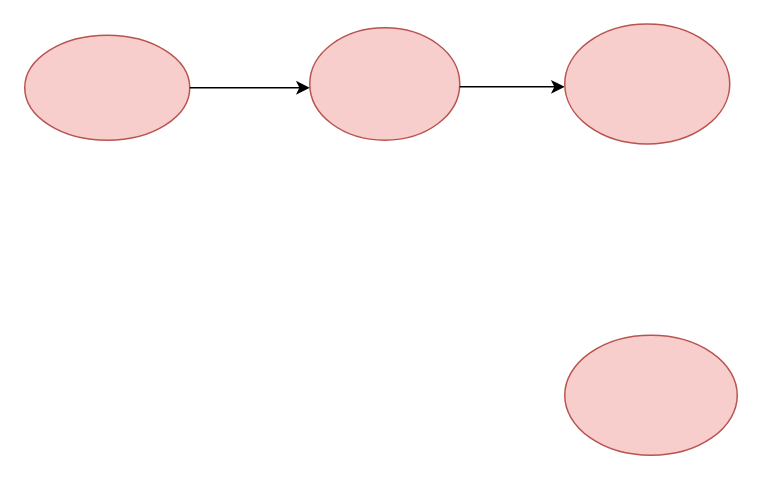
Before: FSM.drawio in skxsvc/FPGA, a draw.io diagram. Source tidied: cells renumbered, new cells numbered last; positions are measured from the earlier drawing's top-left corner, leaving out a move shared by most shapes. Both pictures are drawn from the tidied source at 150%, with x=0, y=0 at pixel (24, 22).
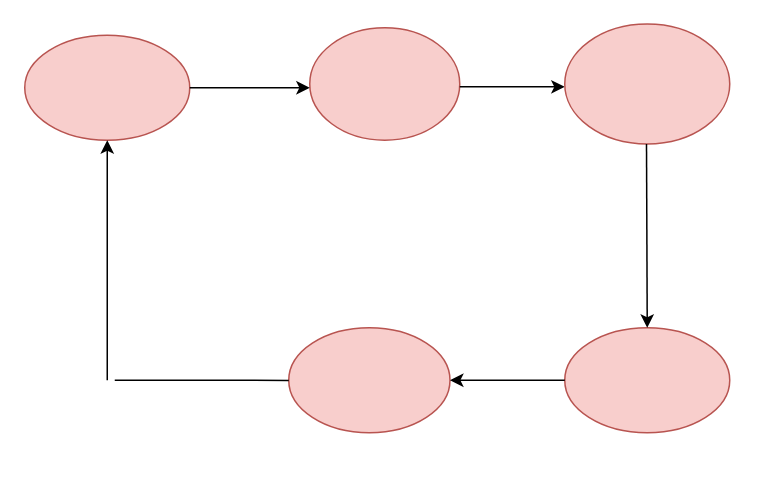
The same diagram, later.

What changed in the source:
```diff
@@
 <mxGraphModel>
   <root>
     <mxCell id="0" />
     <mxCell id="1" parent="0" />
     <mxCell id="2" style="ellipse;whiteSpace=wrap;html=1;fillColor=#f8cecc;strokeColor=#b85450;" parent="1" vertex="1">
       <mxGeometry y="8" width="110" height="70" as="geometry" />
     </mxCell>
     <mxCell id="3" style="ellipse;whiteSpace=wrap;html=1;fillColor=#f8cecc;strokeColor=#b85450;" parent="1" vertex="1">
       <mxGeometry x="190" y="3" width="100" height="75" as="geometry" />
     </mxCell>
     <mxCell id="4" style="endArrow=classic;html=1;rounded=0;exitX=1;exitY=0.5;exitDx=0;exitDy=0;" parent="1" edge="1" source="2">
       <mxGeometry relative="1" as="geometry">
         <mxPoint x="190" y="43" as="targetPoint" />
       </mxGeometry>
     </mxCell>
     <mxCell id="5" style="endArrow=classic;html=1;rounded=0;" parent="1" edge="1">
       <mxGeometry relative="1" as="geometry">
         <mxPoint x="290" y="42.4" as="sourcePoint" />
         <mxPoint x="360" y="42.4" as="targetPoint" />
       </mxGeometry>
     </mxCell>
     <mxCell id="6" style="ellipse;whiteSpace=wrap;html=1;fillColor=#f8cecc;strokeColor=#b85450;" parent="1" vertex="1">
       <mxGeometry x="360" y="0.5" width="110" height="80" as="geometry" />
     </mxCell>
     <mxCell id="7" style="ellipse;whiteSpace=wrap;html=1;fillColor=#f8cecc;strokeColor=#b85450;" parent="1" vertex="1">
-      <mxGeometry x="360" y="208" width="115" height="80" as="geometry" />
+      <mxGeometry x="360" y="203" width="110" height="70" as="geometry" />
     </mxCell>
+    <mxCell id="8" style="endArrow=classic;html=1;rounded=0;entryX=0.5;entryY=0;entryDx=0;entryDy=0;" parent="1" edge="1" target="7">
+      <mxGeometry relative="1" as="geometry">
+        <mxPoint x="414.5" y="80.5" as="sourcePoint" />
+      </mxGeometry>
+    </mxCell>
+    <mxCell id="9" style="ellipse;whiteSpace=wrap;html=1;fillColor=#f8cecc;strokeColor=#b85450;" parent="1" vertex="1">
+      <mxGeometry x="176" y="203" width="107.5" height="70" as="geometry" />
+    </mxCell>
+    <mxCell id="10" style="endArrow=classic;html=1;rounded=0;entryX=1;entryY=0.5;entryDx=0;entryDy=0;exitX=0;exitY=0.5;exitDx=0;exitDy=0;" parent="1" edge="1" source="7" target="9">
+      <mxGeometry relative="1" as="geometry" />
+    </mxCell>
+    <mxCell id="11" style="endArrow=none;html=1;rounded=0;" parent="1" edge="1">
+      <mxGeometry relative="1" as="geometry">
+        <mxPoint x="176" y="238.1" as="sourcePoint" />
+        <mxPoint x="60" y="238" as="targetPoint" />
+      </mxGeometry>
+    </mxCell>
+    <mxCell id="12" style="endArrow=classic;html=1;rounded=0;entryX=0.5;entryY=1;entryDx=0;entryDy=0;" parent="1" edge="1" target="2">
+      <mxGeometry relative="1" as="geometry">
+        <mxPoint x="55" y="238" as="sourcePoint" />
+      </mxGeometry>
+    </mxCell>
   </root>
 </mxGraphModel>
```
